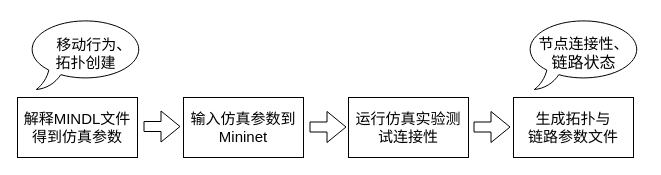
Before: page "位置到链路状态转换" (3 of 7) of 网络控制技术_流程图.drawio in Icarus1994/neutron_conf, a draw.io diagram. Source tidied: cells renumbered, new cells numbered last; positions are measured from the earlier drawing's top-left corner, leaving out a move shared by most shapes. Both pictures are drawn from the tidied source at 100%, with x=0, y=0 at pixel (17, 17).
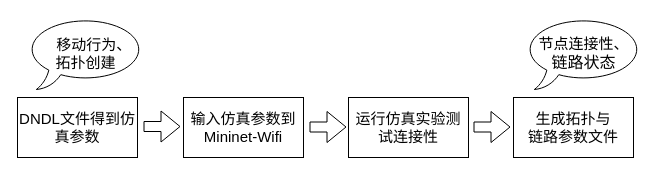
The same page after the edit.

Diff of the diagram source:
```diff
@@
 <mxGraphModel>
   <root>
     <mxCell id="0" />
     <mxCell id="1" parent="0" />
     <mxCell id="2" value="生成拓扑与&lt;br&gt;链路参数文件" style="rounded=0;whiteSpace=wrap;html=1;strokeWidth=1;fontSize=15;" parent="1" vertex="1">
       <mxGeometry x="496" y="80" width="120" height="60" as="geometry" />
     </mxCell>
-    <mxCell id="3" value="解释MINDL文件得到仿真参数" style="rounded=0;whiteSpace=wrap;html=1;strokeWidth=1;fontSize=15;" parent="1" vertex="1">
+    <mxCell id="3" value="DNDL文件得到仿真参数" style="rounded=0;whiteSpace=wrap;html=1;strokeWidth=1;fontSize=15;" parent="1" vertex="1">
       <mxGeometry y="80" width="120" height="60" as="geometry" />
     </mxCell>
-    <mxCell id="4" value="输入仿真参数到Mininet" style="rounded=0;whiteSpace=wrap;html=1;strokeWidth=1;fontSize=15;" parent="1" vertex="1">
+    <mxCell id="4" value="输入仿真参数到Mininet-Wifi" style="rounded=0;whiteSpace=wrap;html=1;strokeWidth=1;fontSize=15;" parent="1" vertex="1">
       <mxGeometry x="166" y="80" width="120" height="60" as="geometry" />
     </mxCell>
     <mxCell id="5" value="运行仿真实验测试连接性" style="rounded=0;whiteSpace=wrap;html=1;strokeWidth=1;fontSize=15;" parent="1" vertex="1">
       <mxGeometry x="331" y="80" width="120" height="60" as="geometry" />
     </mxCell>
     <mxCell id="6" style="shape=flexArrow;endArrow=classic;html=1;strokeWidth=1;fontSize=15;" parent="1" edge="1">
       <mxGeometry relative="1" as="geometry">
         <mxPoint x="126" y="109" as="sourcePoint" />
         <mxPoint x="163" y="109" as="targetPoint" />
       </mxGeometry>
     </mxCell>
     <mxCell id="7" style="shape=flexArrow;endArrow=classic;html=1;strokeWidth=1;fontSize=15;" parent="1" edge="1">
       <mxGeometry relative="1" as="geometry">
         <mxPoint x="292" y="109.5" as="sourcePoint" />
         <mxPoint x="329" y="109.5" as="targetPoint" />
       </mxGeometry>
     </mxCell>
     <mxCell id="8" style="shape=flexArrow;endArrow=classic;html=1;strokeWidth=1;fontSize=15;" parent="1" edge="1">
       <mxGeometry relative="1" as="geometry">
         <mxPoint x="456" y="109.5" as="sourcePoint" />
         <mxPoint x="493" y="109.5" as="targetPoint" />
       </mxGeometry>
     </mxCell>
     <mxCell id="9" value="&lt;span style=&quot;font-size: 15px ; white-space: normal&quot;&gt;&amp;nbsp; &amp;nbsp; 移动行为、&lt;/span&gt;&lt;br style=&quot;font-size: 15px ; white-space: normal&quot;&gt;&lt;span style=&quot;font-size: 15px ; white-space: normal&quot;&gt;拓扑创建&lt;/span&gt;" style="whiteSpace=wrap;html=1;shape=mxgraph.basic.oval_callout;" parent="1" vertex="1">
       <mxGeometry x="9" width="119" height="72" as="geometry" />
     </mxCell>
     <mxCell id="10" value="&lt;span style=&quot;font-size: 15px&quot;&gt;节点连接性、&lt;br&gt;&lt;/span&gt;&lt;font style=&quot;font-size: 16px&quot;&gt;链路状态&lt;/font&gt;" style="whiteSpace=wrap;html=1;shape=mxgraph.basic.oval_callout;" parent="1" vertex="1">
       <mxGeometry x="507" width="119" height="72" as="geometry" />
     </mxCell>
   </root>
 </mxGraphModel>
```
